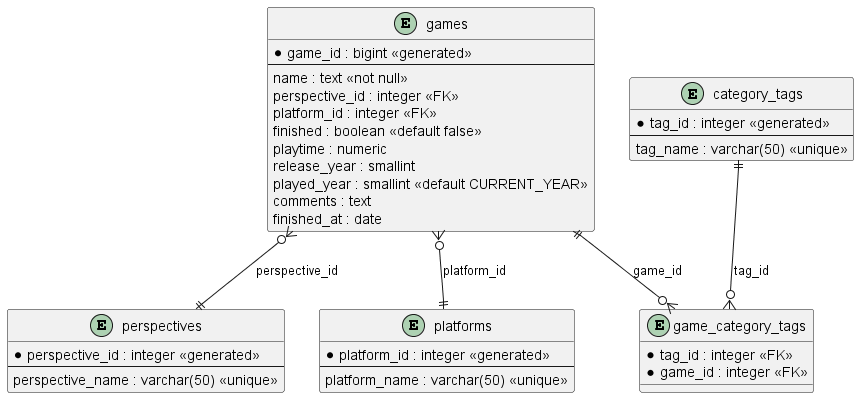
The PlantUML diagram utils/assets/erd_diagram.png in thjunge11/simpleFlaskWebApp, before a commit.
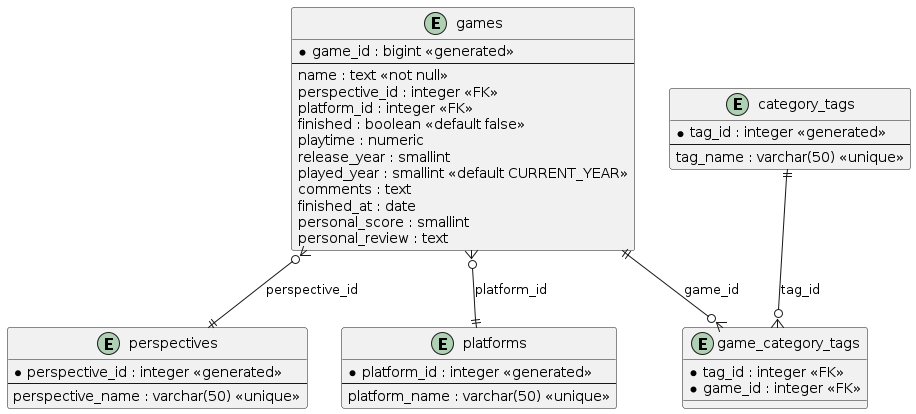
After the change.

What changed in the source:
```diff
@@ -1,5 +1,4 @@
-@startuml ERD
-
+@startuml
 entity "games" as games {
   *game_id : bigint <<generated>>
   --
@@ -12,6 +11,8 @@
   played_year : smallint <<default CURRENT_YEAR>>
   comments : text
   finished_at : date
+  personal_score : smallint
+  personal_review : text
 }
 
 entity "perspectives" as perspectives {
@@ -41,5 +42,4 @@
 games }o--|| platforms : "platform_id"
 games ||--o{ game_category_tags : "game_id"
 category_tags ||--o{ game_category_tags : "tag_id"
-
 @enduml
```
